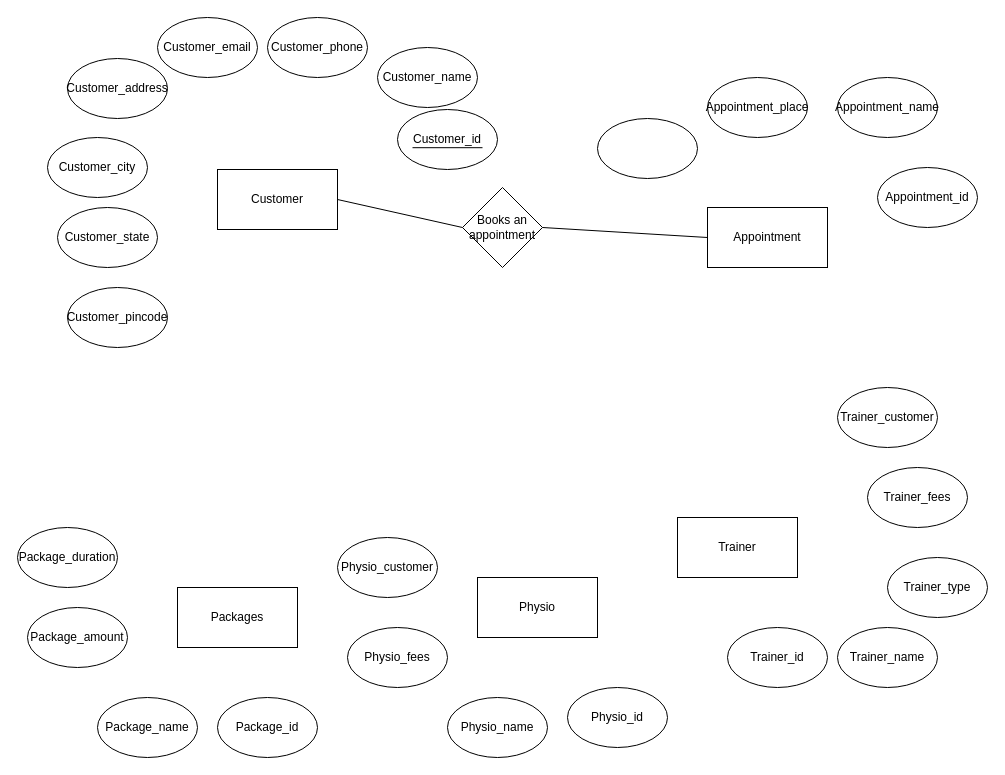
The draw.io diagram Untitled Diagram.drawio in tcsdeepp/JavaPractice, before the edit. Source tidied: cells renumbered, new cells numbered last; positions are measured from the earlier drawing's top-left corner, leaving out a move shared by most shapes. Both pictures are drawn from the tidied source at 100%, with x=0, y=0 at pixel (17, 17).
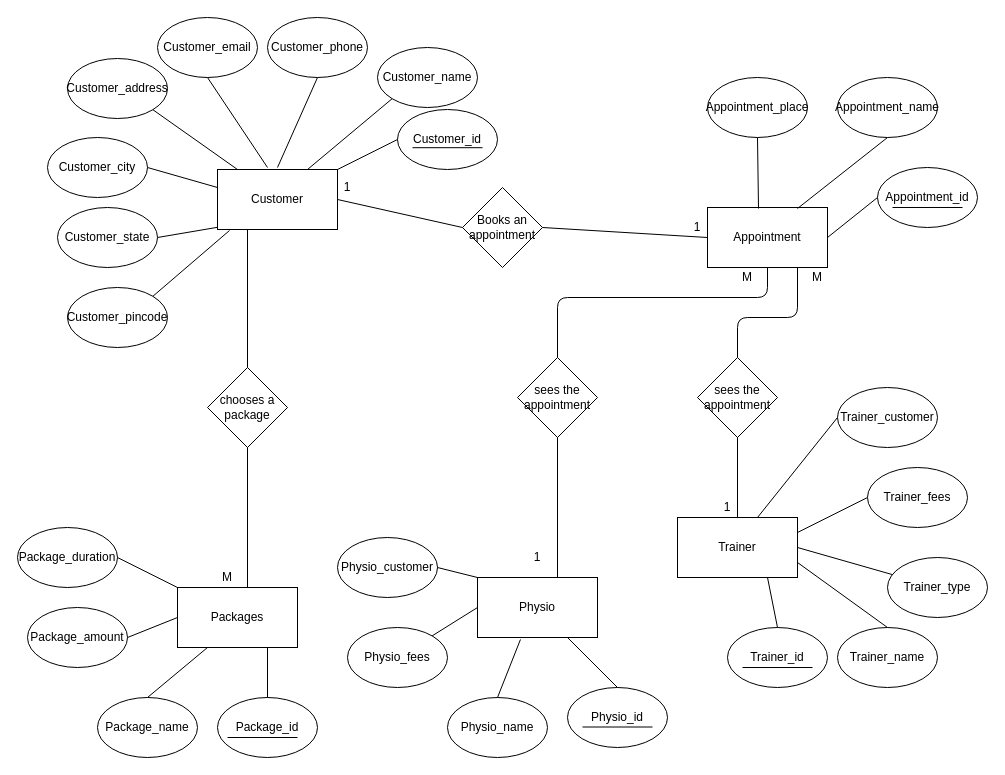
After the change.

Unchanged cells that the change refers to:
```xml
<mxCell id="2" value="Customer" style="rounded=0;whiteSpace=wrap;html=1;" parent="1" vertex="1">
<mxCell id="3" value="Trainer" style="rounded=0;whiteSpace=wrap;html=1;" parent="1" vertex="1">
<mxCell id="4" value="Appointment" style="rounded=0;whiteSpace=wrap;html=1;" parent="1" vertex="1">
<mxCell id="5" value="Packages" style="rounded=0;whiteSpace=wrap;html=1;" parent="1" vertex="1">
<mxCell id="6" value="Physio" style="rounded=0;whiteSpace=wrap;html=1;" parent="1" vertex="1">
<mxCell id="7" value="Customer_phone" style="ellipse;whiteSpace=wrap;html=1;" parent="1" vertex="1">
<mxCell id="8" value="Customer_email" style="ellipse;whiteSpace=wrap;html=1;" parent="1" vertex="1">
<mxCell id="9" value="Customer_address" style="ellipse;whiteSpace=wrap;html=1;" parent="1" vertex="1">
<mxCell id="10" value="Customer_city" style="ellipse;whiteSpace=wrap;html=1;" parent="1" vertex="1">
<mxCell id="11" value="Customer_state" style="ellipse;whiteSpace=wrap;html=1;" parent="1" vertex="1">
<mxCell id="12" value="Customer_name" style="ellipse;whiteSpace=wrap;html=1;" parent="1" vertex="1">
<mxCell id="13" value="Customer_pincode" style="ellipse;whiteSpace=wrap;html=1;" parent="1" vertex="1">
<mxCell id="14" value="Appointment_name" style="ellipse;whiteSpace=wrap;html=1;" parent="1" vertex="1">
<mxCell id="15" value="Appointment_place" style="ellipse;whiteSpace=wrap;html=1;" parent="1" vertex="1">
<mxCell id="17" value="Appointment_id" style="ellipse;whiteSpace=wrap;html=1;" parent="1" vertex="1">
<mxCell id="18" value="Customer_id" style="ellipse;whiteSpace=wrap;html=1;" parent="1" vertex="1">
<mxCell id="19" value="Package_amount" style="ellipse;whiteSpace=wrap;html=1;" parent="1" vertex="1">
<mxCell id="20" value="Physio_customer" style="ellipse;whiteSpace=wrap;html=1;" parent="1" vertex="1">
<mxCell id="21" value="Physio_fees" style="ellipse;whiteSpace=wrap;html=1;" parent="1" vertex="1">
<mxCell id="22" value="Physio_name" style="ellipse;whiteSpace=wrap;html=1;" parent="1" vertex="1">
<mxCell id="23" value="Physio_id" style="ellipse;whiteSpace=wrap;html=1;" parent="1" vertex="1">
<mxCell id="24" value="Trainer_customer" style="ellipse;whiteSpace=wrap;html=1;" parent="1" vertex="1">
<mxCell id="25" value="Trainer_fees" style="ellipse;whiteSpace=wrap;html=1;" parent="1" vertex="1">
<mxCell id="26" value="Trainer_type" style="ellipse;whiteSpace=wrap;html=1;" parent="1" vertex="1">
<mxCell id="27" value="Trainer_name" style="ellipse;whiteSpace=wrap;html=1;" parent="1" vertex="1">
<mxCell id="28" value="Trainer_id" style="ellipse;whiteSpace=wrap;html=1;" parent="1" vertex="1">
<mxCell id="29" value="Package_name" style="ellipse;whiteSpace=wrap;html=1;" parent="1" vertex="1">
<mxCell id="30" value="Package_duration" style="ellipse;whiteSpace=wrap;html=1;" parent="1" vertex="1">
<mxCell id="31" value="Package_id" style="ellipse;whiteSpace=wrap;html=1;" parent="1" vertex="1">
```

Change to the diagram source:
```diff
@@
-    <mxCell id="16" style="ellipse;whiteSpace=wrap;html=1;" parent="1" vertex="1">
-      <mxGeometry x="580" y="101" width="100" height="60" as="geometry" />
-    </mxCell>
@@
+    <mxCell id="36" value="sees the appointment" style="rhombus;whiteSpace=wrap;html=1;" parent="1" vertex="1">
+      <mxGeometry x="680" y="340" width="80" height="80" as="geometry" />
+    </mxCell>
+    <mxCell id="37" value="chooses a package" style="rhombus;whiteSpace=wrap;html=1;" parent="1" vertex="1">
+      <mxGeometry x="190" y="350" width="80" height="80" as="geometry" />
+    </mxCell>
+    <mxCell id="38" value="sees the appointment" style="rhombus;whiteSpace=wrap;html=1;" parent="1" vertex="1">
+      <mxGeometry x="500" y="340" width="80" height="80" as="geometry" />
+    </mxCell>
+    <mxCell id="39" style="endArrow=none;html=1;entryX=0.5;entryY=1;entryDx=0;entryDy=0;" parent="1" edge="1" target="37">
+      <mxGeometry relative="1" as="geometry">
+        <mxPoint x="230" y="570" as="sourcePoint" />
+      </mxGeometry>
+    </mxCell>
+    <mxCell id="40" style="endArrow=none;html=1;entryX=0.25;entryY=1;entryDx=0;entryDy=0;" parent="1" edge="1" target="2">
+      <mxGeometry relative="1" as="geometry">
+        <mxPoint x="230" y="350" as="sourcePoint" />
+      </mxGeometry>
+    </mxCell>
+    <mxCell id="41" style="endArrow=none;html=1;entryX=0.5;entryY=1;entryDx=0;entryDy=0;" parent="1" edge="1" target="38">
+      <mxGeometry relative="1" as="geometry">
+        <mxPoint x="540" y="560" as="sourcePoint" />
+      </mxGeometry>
+    </mxCell>
+    <mxCell id="42" style="endArrow=none;html=1;entryX=0.5;entryY=1;entryDx=0;entryDy=0;" parent="1" edge="1" target="4">
+      <mxGeometry relative="1" as="geometry">
+        <mxPoint x="540" y="340" as="sourcePoint" />
+        <Array as="points">
+          <mxPoint x="540" y="280" />
+          <mxPoint x="750" y="280" />
+        </Array>
+      </mxGeometry>
+    </mxCell>
+    <mxCell id="43" style="endArrow=none;html=1;entryX=0.5;entryY=1;entryDx=0;entryDy=0;exitX=0.5;exitY=0;exitDx=0;exitDy=0;" parent="1" edge="1" source="3" target="36">
+      <mxGeometry relative="1" as="geometry" />
+    </mxCell>
+    <mxCell id="44" style="endArrow=none;html=1;entryX=0.75;entryY=1;entryDx=0;entryDy=0;" parent="1" edge="1" target="4">
+      <mxGeometry relative="1" as="geometry">
+        <mxPoint x="720" y="340" as="sourcePoint" />
+        <Array as="points">
+          <mxPoint x="720" y="300" />
+          <mxPoint x="780" y="300" />
+        </Array>
+      </mxGeometry>
+    </mxCell>
+    <mxCell id="45" value="M" style="text;html=1;strokeColor=none;fillColor=none;align=center;verticalAlign=middle;whiteSpace=wrap;rounded=0;" parent="1" vertex="1">
+      <mxGeometry x="190" y="550" width="40" height="20" as="geometry" />
+    </mxCell>
+    <mxCell id="46" value="M" style="text;html=1;strokeColor=none;fillColor=none;align=center;verticalAlign=middle;whiteSpace=wrap;rounded=0;" parent="1" vertex="1">
+      <mxGeometry x="710" y="250" width="40" height="20" as="geometry" />
+    </mxCell>
+    <mxCell id="47" value="M" style="text;html=1;strokeColor=none;fillColor=none;align=center;verticalAlign=middle;whiteSpace=wrap;rounded=0;" parent="1" vertex="1">
+      <mxGeometry x="780" y="250" width="40" height="20" as="geometry" />
+    </mxCell>
+    <mxCell id="48" value="1" style="text;html=1;strokeColor=none;fillColor=none;align=center;verticalAlign=middle;whiteSpace=wrap;rounded=0;" parent="1" vertex="1">
+      <mxGeometry x="310" y="160" width="40" height="20" as="geometry" />
+    </mxCell>
+    <mxCell id="49" value="1" style="text;html=1;strokeColor=none;fillColor=none;align=center;verticalAlign=middle;whiteSpace=wrap;rounded=0;" parent="1" vertex="1">
+      <mxGeometry x="660" y="200" width="40" height="20" as="geometry" />
+    </mxCell>
+    <mxCell id="50" value="1" style="text;html=1;strokeColor=none;fillColor=none;align=center;verticalAlign=middle;whiteSpace=wrap;rounded=0;" parent="1" vertex="1">
+      <mxGeometry x="500" y="530" width="40" height="20" as="geometry" />
+    </mxCell>
+    <mxCell id="51" value="1" style="text;html=1;strokeColor=none;fillColor=none;align=center;verticalAlign=middle;whiteSpace=wrap;rounded=0;" parent="1" vertex="1">
+      <mxGeometry x="690" y="480" width="40" height="20" as="geometry" />
+    </mxCell>
+    <mxCell id="52" style="endArrow=none;html=1;" parent="1" edge="1">
+      <mxGeometry relative="1" as="geometry">
+        <mxPoint x="725" y="650" as="sourcePoint" />
+        <mxPoint x="795" y="650" as="targetPoint" />
+      </mxGeometry>
+    </mxCell>
+    <mxCell id="53" style="endArrow=none;html=1;" parent="1" edge="1">
+      <mxGeometry relative="1" as="geometry">
+        <mxPoint x="565" y="709.5" as="sourcePoint" />
+        <mxPoint x="635" y="709.5" as="targetPoint" />
+      </mxGeometry>
+    </mxCell>
+    <mxCell id="54" style="endArrow=none;html=1;" parent="1" edge="1">
+      <mxGeometry relative="1" as="geometry">
+        <mxPoint x="210" y="720" as="sourcePoint" />
+        <mxPoint x="280" y="720" as="targetPoint" />
+      </mxGeometry>
+    </mxCell>
+    <mxCell id="55" style="endArrow=none;html=1;" parent="1" edge="1">
+      <mxGeometry relative="1" as="geometry">
+        <mxPoint x="875" y="190" as="sourcePoint" />
+        <mxPoint x="945" y="190" as="targetPoint" />
+      </mxGeometry>
+    </mxCell>
+    <mxCell id="56" style="endArrow=none;html=1;entryX=0;entryY=0.5;entryDx=0;entryDy=0;" parent="1" edge="1" target="18">
+      <mxGeometry relative="1" as="geometry">
+        <mxPoint x="320" y="152" as="sourcePoint" />
+      </mxGeometry>
+    </mxCell>
+    <mxCell id="57" style="endArrow=none;html=1;entryX=0;entryY=1;entryDx=0;entryDy=0;" parent="1" edge="1" target="12">
+      <mxGeometry relative="1" as="geometry">
+        <mxPoint x="290" y="152" as="sourcePoint" />
+      </mxGeometry>
+    </mxCell>
+    <mxCell id="58" style="endArrow=none;html=1;entryX=0.5;entryY=1;entryDx=0;entryDy=0;" parent="1" edge="1" target="7">
+      <mxGeometry relative="1" as="geometry">
+        <mxPoint x="260" y="150" as="sourcePoint" />
+      </mxGeometry>
+    </mxCell>
+    <mxCell id="59" style="endArrow=none;html=1;entryX=0.5;entryY=1;entryDx=0;entryDy=0;" parent="1" edge="1" target="8">
+      <mxGeometry relative="1" as="geometry">
+        <mxPoint x="250" y="150" as="sourcePoint" />
+      </mxGeometry>
+    </mxCell>
+    <mxCell id="60" style="endArrow=none;html=1;entryX=1;entryY=1;entryDx=0;entryDy=0;" parent="1" edge="1" target="9">
+      <mxGeometry relative="1" as="geometry">
+        <mxPoint x="220" y="152" as="sourcePoint" />
+      </mxGeometry>
+    </mxCell>
+    <mxCell id="61" style="endArrow=none;html=1;entryX=1;entryY=0.5;entryDx=0;entryDy=0;" parent="1" edge="1" target="10">
+      <mxGeometry relative="1" as="geometry">
+        <mxPoint x="200" y="170" as="sourcePoint" />
+      </mxGeometry>
+    </mxCell>
+    <mxCell id="62" style="endArrow=none;html=1;entryX=1;entryY=0.5;entryDx=0;entryDy=0;" parent="1" edge="1" target="11">
+      <mxGeometry relative="1" as="geometry">
+        <mxPoint x="200" y="209.8" as="sourcePoint" />
+      </mxGeometry>
+    </mxCell>
+    <mxCell id="63" style="endArrow=none;html=1;entryX=1;entryY=0;entryDx=0;entryDy=0;exitX=0.1;exitY=1.017;exitDx=0;exitDy=0;exitPerimeter=0;" parent="1" edge="1" source="2" target="13">
+      <mxGeometry relative="1" as="geometry" />
+    </mxCell>
+    <mxCell id="64" style="endArrow=none;html=1;entryX=0.5;entryY=1;entryDx=0;entryDy=0;exitX=0.425;exitY=0.017;exitDx=0;exitDy=0;exitPerimeter=0;" parent="1" edge="1" source="4" target="15">
+      <mxGeometry relative="1" as="geometry" />
+    </mxCell>
+    <mxCell id="65" style="endArrow=none;html=1;entryX=0.5;entryY=1;entryDx=0;entryDy=0;exitX=0.425;exitY=0.017;exitDx=0;exitDy=0;exitPerimeter=0;" parent="1" edge="1" target="14">
+      <mxGeometry relative="1" as="geometry">
+        <mxPoint x="780" y="191" as="sourcePoint" />
+      </mxGeometry>
+    </mxCell>
+    <mxCell id="66" style="endArrow=none;html=1;entryX=0;entryY=0.5;entryDx=0;entryDy=0;exitX=1;exitY=0.5;exitDx=0;exitDy=0;" parent="1" edge="1" source="4" target="17">
+      <mxGeometry relative="1" as="geometry" />
+    </mxCell>
+    <mxCell id="67" style="endArrow=none;html=1;entryX=0;entryY=0.5;entryDx=0;entryDy=0;" parent="1" edge="1" target="24">
+      <mxGeometry relative="1" as="geometry">
+        <mxPoint x="740" y="500" as="sourcePoint" />
+      </mxGeometry>
+    </mxCell>
+    <mxCell id="68" style="endArrow=none;html=1;entryX=0;entryY=0.5;entryDx=0;entryDy=0;exitX=1;exitY=0.25;exitDx=0;exitDy=0;" parent="1" edge="1" source="3" target="25">
+      <mxGeometry relative="1" as="geometry" />
+    </mxCell>
+    <mxCell id="69" style="endArrow=none;html=1;exitX=1;exitY=0.5;exitDx=0;exitDy=0;" parent="1" edge="1" source="3" target="26">
+      <mxGeometry relative="1" as="geometry" />
+    </mxCell>
+    <mxCell id="70" style="endArrow=none;html=1;entryX=0.5;entryY=0;entryDx=0;entryDy=0;exitX=1;exitY=0.75;exitDx=0;exitDy=0;" parent="1" edge="1" source="3" target="27">
+      <mxGeometry relative="1" as="geometry" />
+    </mxCell>
+    <mxCell id="71" style="endArrow=none;html=1;entryX=0.5;entryY=0;entryDx=0;entryDy=0;exitX=0.75;exitY=1;exitDx=0;exitDy=0;" parent="1" edge="1" source="3" target="28">
+      <mxGeometry relative="1" as="geometry" />
+    </mxCell>
+    <mxCell id="72" style="endArrow=none;html=1;entryX=0.5;entryY=0;entryDx=0;entryDy=0;exitX=0.75;exitY=1;exitDx=0;exitDy=0;" parent="1" edge="1" source="6" target="23">
+      <mxGeometry relative="1" as="geometry" />
+    </mxCell>
+    <mxCell id="73" style="endArrow=none;html=1;entryX=0.5;entryY=0;entryDx=0;entryDy=0;exitX=0.358;exitY=1.033;exitDx=0;exitDy=0;exitPerimeter=0;" parent="1" edge="1" source="6" target="22">
+      <mxGeometry relative="1" as="geometry" />
+    </mxCell>
+    <mxCell id="74" style="endArrow=none;html=1;entryX=0;entryY=0.5;entryDx=0;entryDy=0;" parent="1" edge="1" source="21" target="6">
+      <mxGeometry relative="1" as="geometry" />
+    </mxCell>
+    <mxCell id="75" style="endArrow=none;html=1;exitX=1;exitY=0.5;exitDx=0;exitDy=0;entryX=0;entryY=0;entryDx=0;entryDy=0;" parent="1" edge="1" source="20" target="6">
+      <mxGeometry relative="1" as="geometry" />
+    </mxCell>
+    <mxCell id="76" style="endArrow=none;html=1;exitX=0.5;exitY=0;exitDx=0;exitDy=0;entryX=0.75;entryY=1;entryDx=0;entryDy=0;" parent="1" edge="1" source="31" target="5">
+      <mxGeometry relative="1" as="geometry" />
+    </mxCell>
+    <mxCell id="77" style="endArrow=none;html=1;exitX=0.5;exitY=0;exitDx=0;exitDy=0;entryX=0.25;entryY=1;entryDx=0;entryDy=0;" parent="1" edge="1" source="29" target="5">
+      <mxGeometry relative="1" as="geometry" />
+    </mxCell>
+    <mxCell id="78" style="endArrow=none;html=1;exitX=1;exitY=0.5;exitDx=0;exitDy=0;" parent="1" edge="1" source="19">
+      <mxGeometry relative="1" as="geometry">
+        <mxPoint x="160" y="600" as="targetPoint" />
+      </mxGeometry>
+    </mxCell>
+    <mxCell id="79" style="endArrow=none;html=1;exitX=1;exitY=0.5;exitDx=0;exitDy=0;entryX=0;entryY=0;entryDx=0;entryDy=0;" parent="1" edge="1" source="30" target="5">
+      <mxGeometry relative="1" as="geometry" />
+    </mxCell>
```
